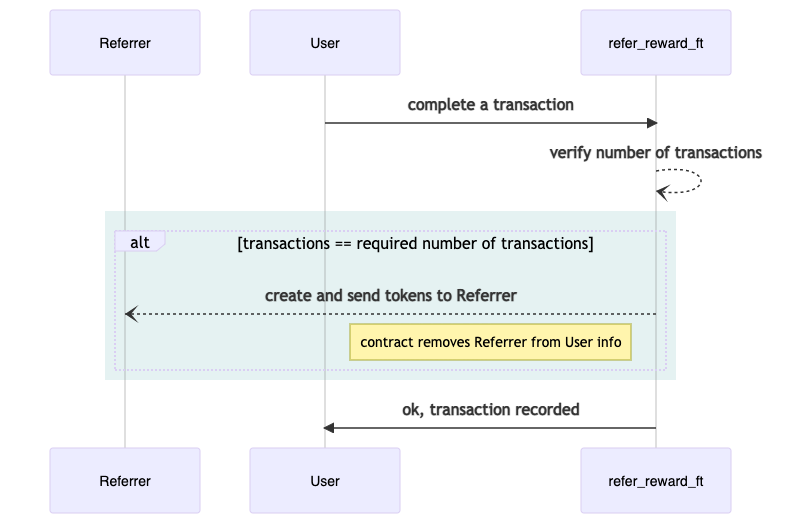
tintash/clarity-examples keeps this Mermaid diagram as 003-ft/clarinet-projects/refer-reward-tokens/diagrams/transactions-reward.png. Above is the earlier version. Its source is kept beside it as 003-ft/clarinet-projects/refer-reward-tokens/diagrams/transactions-reward.mmd. The source it was exported from:
```mermaid
sequenceDiagram
  participant Referrer
  participant User
  participant refer_reward_ft

  User ->> refer_reward_ft: complete a transaction
  refer_reward_ft --) refer_reward_ft: verify number of transactions
  rect rgba(0, 127, 127, .1)
    alt transactions == required number of transactions
      refer_reward_ft --) Referrer: create and send tokens to Referrer
      note left of refer_reward_ft: contract removes Referrer from User info
    end
  end
  refer_reward_ft ->> User: ok, transaction recorded
```
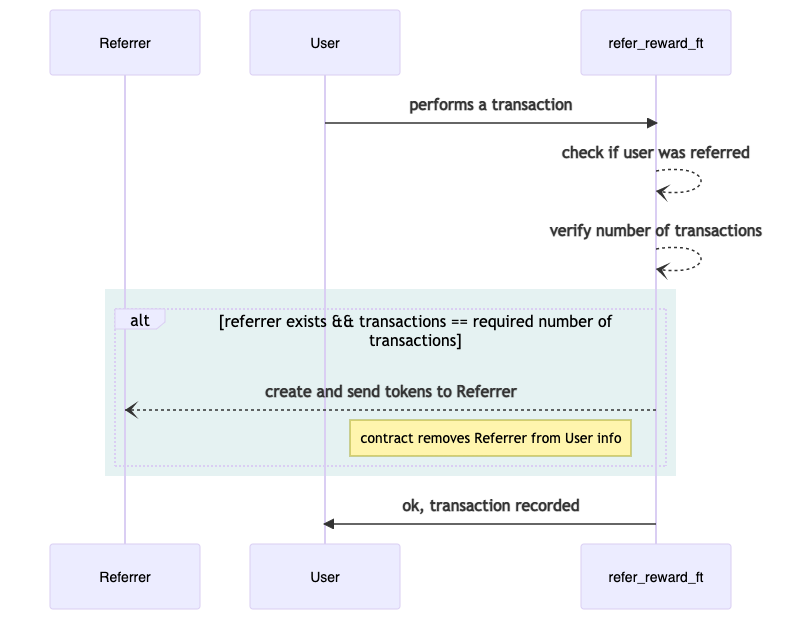
The same file after the commit.

Diff of the diagram source:
```diff
@@ -3,10 +3,11 @@
   participant User
   participant refer_reward_ft
 
-  User ->> refer_reward_ft: complete a transaction
+  User ->> refer_reward_ft: performs a transaction
+  refer_reward_ft --) refer_reward_ft: check if user was referred
   refer_reward_ft --) refer_reward_ft: verify number of transactions
   rect rgba(0, 127, 127, .1)
-    alt transactions == required number of transactions
+    alt referrer exists && transactions == required number of transactions
       refer_reward_ft --) Referrer: create and send tokens to Referrer
       note left of refer_reward_ft: contract removes Referrer from User info
     end
```
